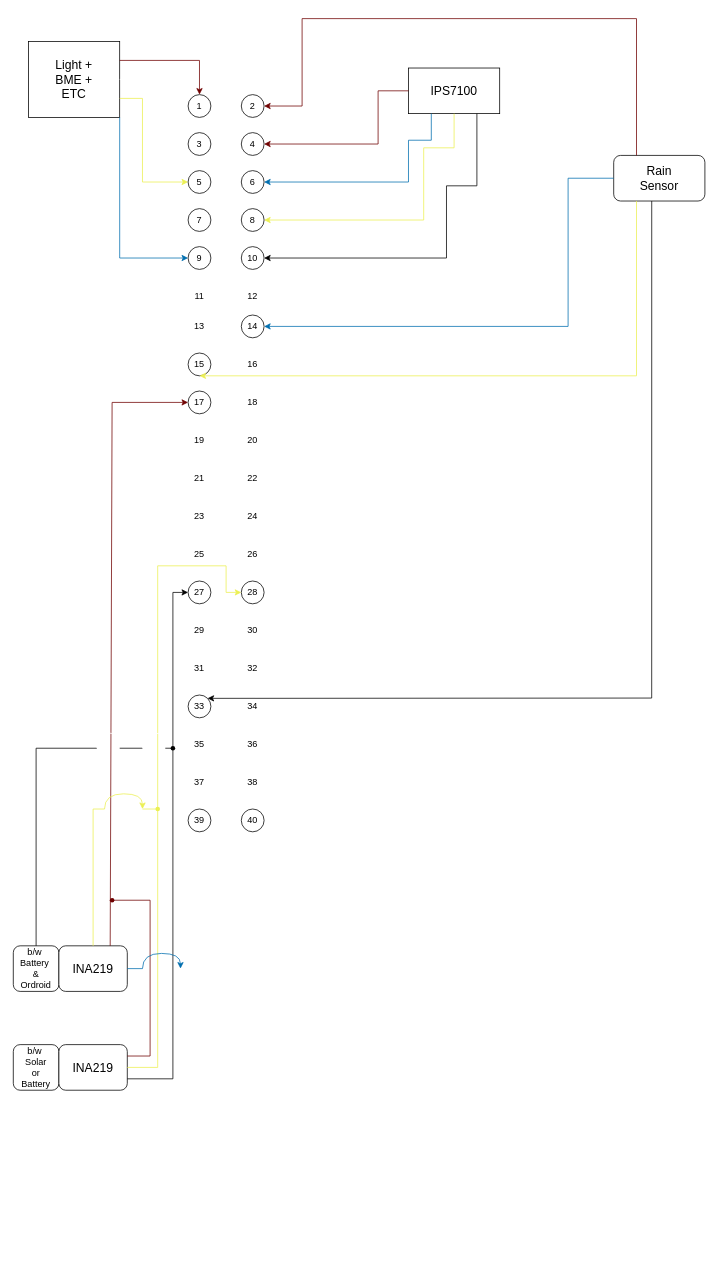
The draw.io diagram linux/MINTS-SoloNode-Schematic.drawio in VA-24/instructables, before the edit. Source tidied: cells renumbered, new cells numbered last; positions are measured from the earlier drawing's top-left corner, leaving out a move shared by most shapes. Both pictures are drawn from the tidied source at 76%, with x=0, y=0 at pixel (13, 18).
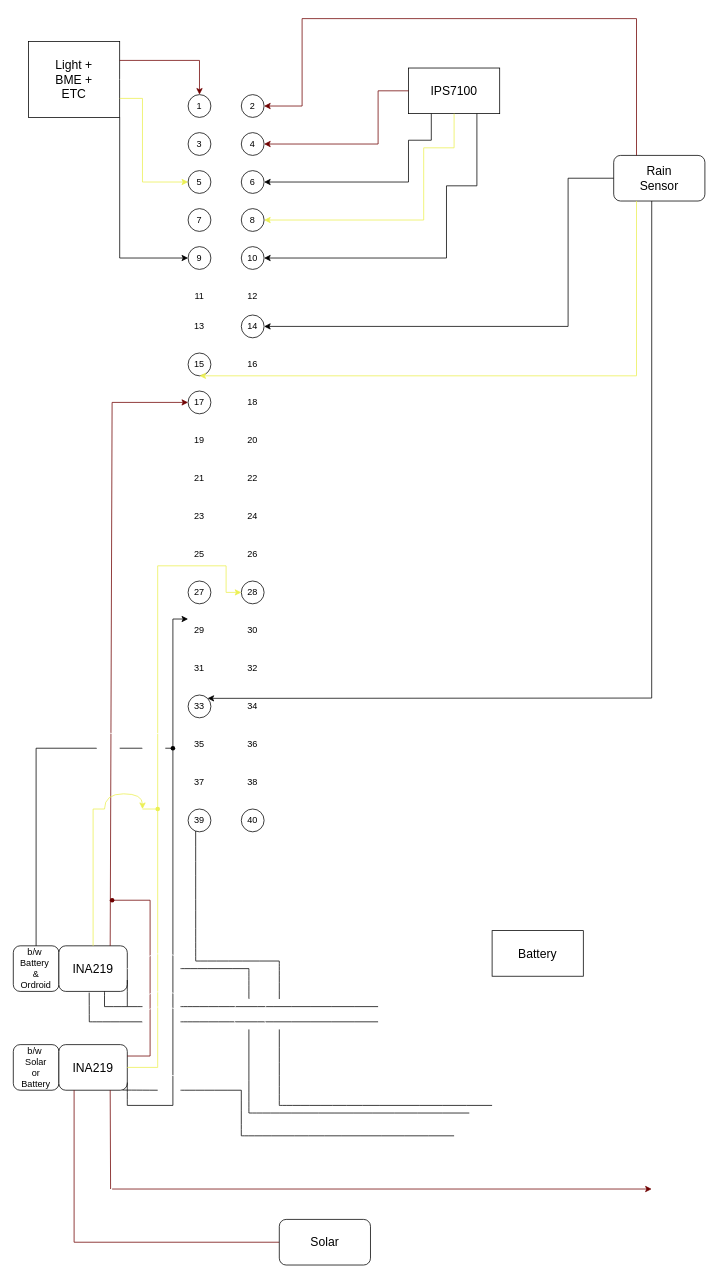
After the change.

Unchanged cells that the change refers to:
```xml
<mxCell id="2" style="rounded=0;whiteSpace=wrap;html=1;" parent="1" vertex="1">
  <mxGeometry x="20" y="30" width="120" height="100" as="geometry" />
</mxCell>
<mxCell id="11" style="ellipse;whiteSpace=wrap;html=1;" parent="1" vertex="1">
  <mxGeometry x="230" y="300" width="30" height="30" as="geometry" />
</mxCell>
<mxCell id="21" style="rounded=0;whiteSpace=wrap;html=1;" parent="1" vertex="1">
  <mxGeometry x="520" y="65" width="120" height="60" as="geometry" />
</mxCell>
<mxCell id="25" style="ellipse;whiteSpace=wrap;html=1;" parent="1" vertex="1">
  <mxGeometry x="300" y="200" width="30" height="30" as="geometry" />
</mxCell>
<mxCell id="33" style="rounded=1;whiteSpace=wrap;html=1;" parent="1" vertex="1">
  <mxGeometry x="790" y="180" width="120" height="60" as="geometry" />
</mxCell>
<mxCell id="41" style="ellipse;whiteSpace=wrap;html=1;" parent="1" vertex="1">
  <mxGeometry x="300" y="390" width="30" height="30" as="geometry" />
</mxCell>
<mxCell id="59" style="ellipse;whiteSpace=wrap;html=1;" parent="1" vertex="1">
  <mxGeometry x="230" y="740" width="30" height="30" as="geometry" />
</mxCell>
<mxCell id="75" style="ellipse;whiteSpace=wrap;html=1;" parent="1" vertex="1">
  <mxGeometry x="230" y="1040" width="30" height="30" as="geometry" />
</mxCell>
<mxCell id="79" value="&lt;font style=&quot;font-size: 16px;&quot;&gt;INA219&lt;/font&gt;" style="rounded=1;whiteSpace=wrap;html=1;" parent="1" vertex="1">
  <mxGeometry x="60" y="1220" width="90" height="60" as="geometry" />
</mxCell>
<mxCell id="82" value="&lt;font style=&quot;font-size: 16px;&quot;&gt;INA219&lt;/font&gt;" style="rounded=1;whiteSpace=wrap;html=1;" parent="1" vertex="1">
  <mxGeometry x="60" y="1350" width="90" height="60" as="geometry" />
</mxCell>
```

Diff of the diagram source:
```diff
@@
-    <mxCell id="7" style="endArrow=classic;html=1;rounded=0;exitX=1;exitY=1;exitDx=0;exitDy=0;entryX=0;entryY=0.5;entryDx=0;entryDy=0;fillColor=#1ba1e2;strokeColor=#006EAF;" parent="1" edge="1" source="2" target="11">
+    <mxCell id="7" style="endArrow=classic;html=1;rounded=0;exitX=1;exitY=1;exitDx=0;exitDy=0;entryX=0;entryY=0.5;entryDx=0;entryDy=0;fillColor=#1ba1e2;strokeColor=#000000;" parent="1" edge="1" source="2" target="11">
       <mxGeometry relative="1" as="geometry">
         <Array as="points">
           <mxPoint x="140" y="315" />
         </Array>
       </mxGeometry>
     </mxCell>
@@
-    <mxCell id="37" style="endArrow=classic;html=1;rounded=0;exitX=0.25;exitY=1;exitDx=0;exitDy=0;entryX=1;entryY=0.5;entryDx=0;entryDy=0;fillColor=#1ba1e2;strokeColor=#006EAF;" parent="1" edge="1" source="21" target="25">
+    <mxCell id="37" style="endArrow=classic;html=1;rounded=0;exitX=0.25;exitY=1;exitDx=0;exitDy=0;entryX=1;entryY=0.5;entryDx=0;entryDy=0;fillColor=#1ba1e2;strokeColor=#000000;" parent="1" edge="1" source="21" target="25">
       <mxGeometry relative="1" as="geometry">
         <Array as="points">
           <mxPoint x="550" y="160" />
           <mxPoint x="520" y="160" />
           <mxPoint x="520" y="215" />
         </Array>
       </mxGeometry>
     </mxCell>
@@
-    <mxCell id="40" style="endArrow=classic;html=1;rounded=0;exitX=0;exitY=0.5;exitDx=0;exitDy=0;entryX=1;entryY=0.5;entryDx=0;entryDy=0;fillColor=#1ba1e2;strokeColor=#006EAF;" parent="1" edge="1" source="33" target="41">
+    <mxCell id="40" style="endArrow=classic;html=1;rounded=0;exitX=0;exitY=0.5;exitDx=0;exitDy=0;entryX=1;entryY=0.5;entryDx=0;entryDy=0;strokeColor=#000000;" parent="1" edge="1" source="33" target="41">
       <mxGeometry relative="1" as="geometry">
         <Array as="points">
           <mxPoint x="730" y="210" />
           <mxPoint x="730" y="405" />
         </Array>
       </mxGeometry>
     </mxCell>
@@
-    <mxCell id="84" style="endArrow=classic;html=1;rounded=0;exitX=1;exitY=0.75;exitDx=0;exitDy=0;entryX=0;entryY=0.5;entryDx=0;entryDy=0;" parent="1" edge="1" source="82" target="59">
+    <mxCell id="84" style="endArrow=classic;html=1;rounded=0;exitX=1;exitY=0.75;exitDx=0;exitDy=0;entryX=0;entryY=0.5;entryDx=0;entryDy=0;" parent="1" edge="1">
       <mxGeometry relative="1" as="geometry">
+        <mxPoint x="150" y="1430" as="sourcePoint" />
+        <mxPoint x="230" y="790" as="targetPoint" />
         <Array as="points">
-          <mxPoint x="210" y="1395" />
-          <mxPoint x="210" y="755" />
+          <mxPoint x="210" y="1430" />
+          <mxPoint x="210" y="790" />
         </Array>
       </mxGeometry>
     </mxCell>
@@
-    <mxCell id="101" style="endArrow=none;html=1;rounded=0;exitX=1;exitY=0.5;exitDx=0;exitDy=0;fillColor=#1ba1e2;strokeColor=#006EAF;" parent="1" edge="1" source="79">
+    <mxCell id="101" style="endArrow=none;html=1;rounded=0;exitX=1;exitY=0.5;exitDx=0;exitDy=0;fillColor=#1ba1e2;strokeColor=#ffffff;" parent="1" edge="1" source="79">
       <mxGeometry relative="1" as="geometry">
         <mxPoint x="170" y="1250" as="targetPoint" />
       </mxGeometry>
     </mxCell>
-    <mxCell id="102" style="curved=1;endArrow=classic;html=1;rounded=0;strokeColor=#006EAF;fillColor=#1ba1e2;" parent="1" edge="1">
+    <mxCell id="102" style="curved=1;endArrow=classic;html=1;rounded=0;strokeColor=#FFFFFF;fillColor=#1ba1e2;" parent="1" edge="1">
       <mxGeometry relative="1" as="geometry">
         <mxPoint x="170" y="1250" as="sourcePoint" />
         <mxPoint x="220" y="1250" as="targetPoint" />
         <Array as="points">
           <mxPoint x="170" y="1230" />
           <mxPoint x="220" y="1230" />
         </Array>
       </mxGeometry>
     </mxCell>
+    <mxCell id="103" value="&lt;font style=&quot;font-size: 16px;&quot;&gt;Battery&lt;/font&gt;" style="rounded=0;whiteSpace=wrap;html=1;" parent="1" vertex="1">
+      <mxGeometry x="630" y="1200" width="120" height="60" as="geometry" />
+    </mxCell>
+    <mxCell id="104" style="endArrow=none;html=1;rounded=0;fillColor=#a20025;strokeColor=#6F0000;" parent="1" edge="1">
+      <mxGeometry relative="1" as="geometry">
+        <mxPoint x="80" y="1410" as="sourcePoint" />
+        <mxPoint x="80" y="1610" as="targetPoint" />
+      </mxGeometry>
+    </mxCell>
+    <mxCell id="105" style="endArrow=none;html=1;rounded=0;fillColor=#a20025;strokeColor=#6F0000;" parent="1" edge="1" target="106">
+      <mxGeometry relative="1" as="geometry">
+        <mxPoint x="80" y="1610" as="sourcePoint" />
+      </mxGeometry>
+    </mxCell>
+    <mxCell id="106" value="&lt;font style=&quot;font-size: 16px;&quot;&gt;Solar&lt;/font&gt;" style="rounded=1;whiteSpace=wrap;html=1;" parent="1" vertex="1">
+      <mxGeometry x="350" y="1580" width="120" height="60" as="geometry" />
+    </mxCell>
+    <mxCell id="107" style="endArrow=none;html=1;rounded=0;exitX=0.75;exitY=1;exitDx=0;exitDy=0;fillColor=#a20025;strokeColor=#6F0000;" parent="1" edge="1" source="82">
+      <mxGeometry relative="1" as="geometry">
+        <mxPoint x="128" y="1540" as="targetPoint" />
+      </mxGeometry>
+    </mxCell>
+    <mxCell id="108" style="endArrow=classic;html=1;rounded=0;fillColor=#a20025;strokeColor=#6F0000;" parent="1" edge="1">
+      <mxGeometry relative="1" as="geometry">
+        <mxPoint x="130" y="1540" as="sourcePoint" />
+        <mxPoint x="840" y="1540" as="targetPoint" />
+      </mxGeometry>
+    </mxCell>
+    <mxCell id="109" style="endArrow=none;html=1;rounded=0;fontSize=12;startSize=8;endSize=8;curved=1;" parent="1" edge="1">
+      <mxGeometry relative="1" as="geometry">
+        <mxPoint x="220" y="1300" as="sourcePoint" />
+        <mxPoint x="480" y="1300" as="targetPoint" />
+      </mxGeometry>
+    </mxCell>
+    <mxCell id="110" style="endArrow=none;html=1;rounded=0;fontSize=12;startSize=8;endSize=8;curved=1;exitX=0.667;exitY=1;exitDx=0;exitDy=0;exitPerimeter=0;" parent="1" edge="1" source="79">
+      <mxGeometry relative="1" as="geometry">
+        <mxPoint x="120" y="1300" as="targetPoint" />
+      </mxGeometry>
+    </mxCell>
+    <mxCell id="111" style="curved=1;endArrow=classic;html=1;rounded=0;strokeColor=#FFFFFF;fillColor=#1ba1e2;" parent="1" edge="1">
+      <mxGeometry relative="1" as="geometry">
+        <mxPoint x="170" y="1300" as="sourcePoint" />
+        <mxPoint x="220" y="1300" as="targetPoint" />
+        <Array as="points">
+          <mxPoint x="170" y="1280" />
+          <mxPoint x="220" y="1280" />
+        </Array>
+      </mxGeometry>
+    </mxCell>
+    <mxCell id="112" style="endArrow=none;html=1;rounded=0;fontSize=12;startSize=8;endSize=8;curved=1;" parent="1" edge="1">
+      <mxGeometry relative="1" as="geometry">
+        <mxPoint x="170" y="1300" as="sourcePoint" />
+        <mxPoint x="120" y="1300" as="targetPoint" />
+      </mxGeometry>
+    </mxCell>
+    <mxCell id="113" style="endArrow=none;html=1;rounded=0;fontSize=12;startSize=8;endSize=8;curved=1;entryX=1;entryY=0.75;entryDx=0;entryDy=0;" parent="1" edge="1" target="79">
+      <mxGeometry relative="1" as="geometry">
+        <mxPoint x="150" y="1300" as="sourcePoint" />
+      </mxGeometry>
+    </mxCell>
+    <mxCell id="114" style="endArrow=none;html=1;rounded=0;fontSize=12;startSize=8;endSize=8;curved=1;entryX=0.443;entryY=1.026;entryDx=0;entryDy=0;entryPerimeter=0;" parent="1" edge="1" target="79">
+      <mxGeometry relative="1" as="geometry">
+        <mxPoint x="100" y="1320" as="sourcePoint" />
+      </mxGeometry>
+    </mxCell>
+    <mxCell id="115" style="endArrow=none;html=1;rounded=0;fontSize=12;startSize=8;endSize=8;curved=1;" parent="1" edge="1">
+      <mxGeometry relative="1" as="geometry">
+        <mxPoint x="100" y="1320" as="sourcePoint" />
+        <mxPoint x="170" y="1320" as="targetPoint" />
+      </mxGeometry>
+    </mxCell>
+    <mxCell id="116" style="curved=1;endArrow=classic;html=1;rounded=0;strokeColor=#FFFFFF;fillColor=#1ba1e2;" parent="1" edge="1">
+      <mxGeometry relative="1" as="geometry">
+        <mxPoint x="170" y="1320" as="sourcePoint" />
+        <mxPoint x="220" y="1320" as="targetPoint" />
+        <Array as="points">
+          <mxPoint x="170" y="1300" />
+          <mxPoint x="220" y="1300" />
+        </Array>
+      </mxGeometry>
+    </mxCell>
+    <mxCell id="117" style="endArrow=none;html=1;rounded=0;fontSize=12;startSize=8;endSize=8;curved=1;" parent="1" edge="1">
+      <mxGeometry relative="1" as="geometry">
+        <mxPoint x="220" y="1320" as="sourcePoint" />
+        <mxPoint x="480" y="1320" as="targetPoint" />
+      </mxGeometry>
+    </mxCell>
+    <mxCell id="118" style="endArrow=none;html=1;rounded=0;fontSize=12;startSize=8;endSize=8;curved=1;entryX=0.332;entryY=0.969;entryDx=0;entryDy=0;entryPerimeter=0;" parent="1" edge="1" target="75">
+      <mxGeometry relative="1" as="geometry">
+        <mxPoint x="240" y="1240" as="sourcePoint" />
+      </mxGeometry>
+    </mxCell>
+    <mxCell id="119" style="endArrow=none;html=1;rounded=0;fontSize=12;startSize=8;endSize=8;curved=1;" parent="1" edge="1">
+      <mxGeometry relative="1" as="geometry">
+        <mxPoint x="220" y="1250" as="sourcePoint" />
+        <mxPoint x="310" y="1250" as="targetPoint" />
+      </mxGeometry>
+    </mxCell>
+    <mxCell id="120" style="endArrow=none;html=1;rounded=0;fontSize=12;startSize=8;endSize=8;curved=1;" parent="1" edge="1">
+      <mxGeometry relative="1" as="geometry">
+        <mxPoint x="240" y="1240" as="sourcePoint" />
+        <mxPoint x="350" y="1240" as="targetPoint" />
+      </mxGeometry>
+    </mxCell>
+    <mxCell id="121" style="curved=1;endArrow=classic;html=1;rounded=0;strokeColor=#FFFFFF;fillColor=#1ba1e2;" parent="1" edge="1">
+      <mxGeometry relative="1" as="geometry">
+        <mxPoint x="350" y="1290" as="sourcePoint" />
+        <mxPoint x="350" y="1330" as="targetPoint" />
+        <Array as="points">
+          <mxPoint x="330" y="1290" />
+          <mxPoint x="330" y="1330" />
+        </Array>
+      </mxGeometry>
+    </mxCell>
+    <mxCell id="122" style="endArrow=none;html=1;rounded=0;fontSize=12;startSize=8;endSize=8;curved=1;" parent="1" edge="1">
+      <mxGeometry relative="1" as="geometry">
+        <mxPoint x="310" y="1250" as="sourcePoint" />
+        <mxPoint x="310" y="1290" as="targetPoint" />
+      </mxGeometry>
+    </mxCell>
+    <mxCell id="123" style="endArrow=none;html=1;rounded=0;fontSize=12;startSize=8;endSize=8;curved=1;" parent="1" edge="1">
+      <mxGeometry relative="1" as="geometry">
+        <mxPoint x="350" y="1240" as="sourcePoint" />
+        <mxPoint x="350" y="1290" as="targetPoint" />
+      </mxGeometry>
+    </mxCell>
+    <mxCell id="124" style="curved=1;endArrow=classic;html=1;rounded=0;strokeColor=#FFFFFF;fillColor=#1ba1e2;" parent="1" edge="1">
+      <mxGeometry relative="1" as="geometry">
+        <mxPoint x="310" y="1290" as="sourcePoint" />
+        <mxPoint x="310" y="1330" as="targetPoint" />
+        <Array as="points">
+          <mxPoint x="290" y="1290" />
+          <mxPoint x="290" y="1330" />
+        </Array>
+      </mxGeometry>
+    </mxCell>
+    <mxCell id="125" style="endArrow=none;html=1;rounded=0;fontSize=12;startSize=8;endSize=8;curved=1;" parent="1" edge="1">
+      <mxGeometry relative="1" as="geometry">
+        <mxPoint x="150" y="1430" as="sourcePoint" />
+        <mxPoint x="150" y="1400" as="targetPoint" />
+      </mxGeometry>
+    </mxCell>
+    <mxCell id="126" style="curved=1;endArrow=classic;html=1;rounded=0;strokeColor=#FFFFFF;" parent="1" edge="1">
+      <mxGeometry relative="1" as="geometry">
+        <mxPoint x="190" y="1410" as="sourcePoint" />
+        <mxPoint x="220" y="1410" as="targetPoint" />
+        <Array as="points">
+          <mxPoint x="190" y="1390" />
+          <mxPoint x="220" y="1390" />
+        </Array>
+      </mxGeometry>
+    </mxCell>
+    <mxCell id="127" style="endArrow=none;html=1;rounded=0;fontSize=12;startSize=8;endSize=8;curved=1;exitX=0.932;exitY=0.997;exitDx=0;exitDy=0;exitPerimeter=0;" parent="1" edge="1" source="82">
+      <mxGeometry relative="1" as="geometry">
+        <mxPoint x="190" y="1410" as="targetPoint" />
+      </mxGeometry>
+    </mxCell>
+    <mxCell id="128" style="endArrow=none;html=1;rounded=0;fontSize=12;startSize=8;endSize=8;curved=1;" parent="1" edge="1">
+      <mxGeometry relative="1" as="geometry">
+        <mxPoint x="310" y="1440" as="sourcePoint" />
+        <mxPoint x="310" y="1330" as="targetPoint" />
+      </mxGeometry>
+    </mxCell>
+    <mxCell id="129" style="endArrow=none;html=1;rounded=0;fontSize=12;startSize=8;endSize=8;curved=1;" parent="1" edge="1">
+      <mxGeometry relative="1" as="geometry">
+        <mxPoint x="310" y="1440" as="sourcePoint" />
+        <mxPoint x="600" y="1440" as="targetPoint" />
+      </mxGeometry>
+    </mxCell>
+    <mxCell id="130" style="endArrow=none;html=1;rounded=0;fontSize=12;startSize=8;endSize=8;curved=1;" parent="1" edge="1">
+      <mxGeometry relative="1" as="geometry">
+        <mxPoint x="350" y="1430" as="sourcePoint" />
+        <mxPoint x="350" y="1330" as="targetPoint" />
+      </mxGeometry>
+    </mxCell>
+    <mxCell id="131" style="endArrow=none;html=1;rounded=0;fontSize=12;startSize=8;endSize=8;curved=1;" parent="1" edge="1">
+      <mxGeometry relative="1" as="geometry">
+        <mxPoint x="350" y="1430" as="sourcePoint" />
+        <mxPoint x="630" y="1430" as="targetPoint" />
+      </mxGeometry>
+    </mxCell>
+    <mxCell id="132" style="endArrow=none;html=1;rounded=0;fontSize=12;startSize=8;endSize=8;curved=1;" parent="1" edge="1">
+      <mxGeometry relative="1" as="geometry">
+        <mxPoint x="220" y="1410" as="sourcePoint" />
+        <mxPoint x="300" y="1410" as="targetPoint" />
+      </mxGeometry>
+    </mxCell>
+    <mxCell id="133" style="endArrow=none;html=1;rounded=0;fontSize=12;startSize=8;endSize=8;curved=1;" parent="1" edge="1">
+      <mxGeometry relative="1" as="geometry">
+        <mxPoint x="300" y="1470" as="sourcePoint" />
+        <mxPoint x="300" y="1410" as="targetPoint" />
+      </mxGeometry>
+    </mxCell>
+    <mxCell id="134" style="endArrow=none;html=1;rounded=0;fontSize=12;startSize=8;endSize=8;curved=1;" parent="1" edge="1">
+      <mxGeometry relative="1" as="geometry">
+        <mxPoint x="300" y="1470" as="sourcePoint" />
+        <mxPoint x="580" y="1470" as="targetPoint" />
+      </mxGeometry>
+    </mxCell>
```
